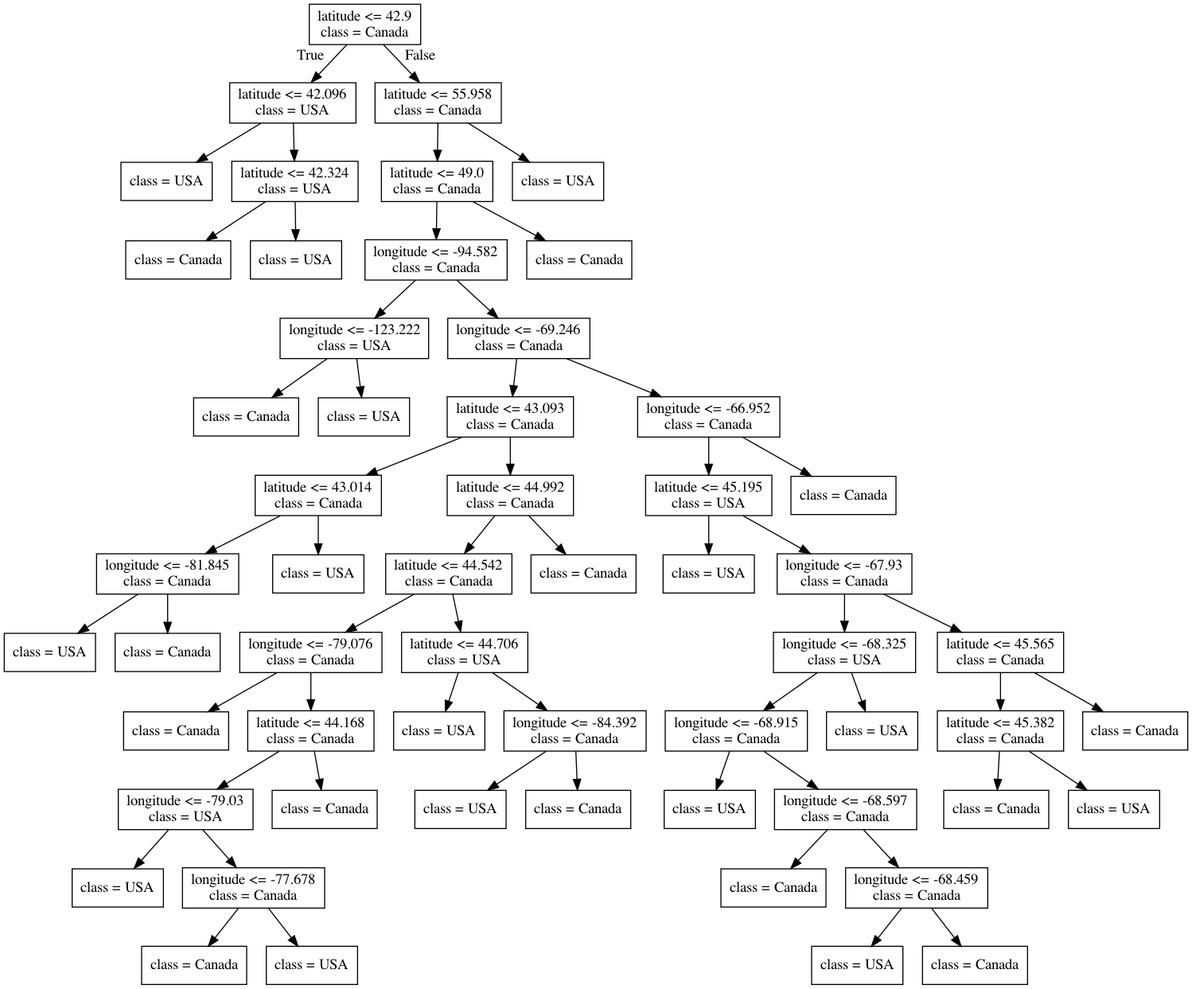
Above: lectures/Source.gv.png in bait509-ubc/BAIT509 (Graphviz), before the change. Its source is kept beside it as lectures/Source.gv.
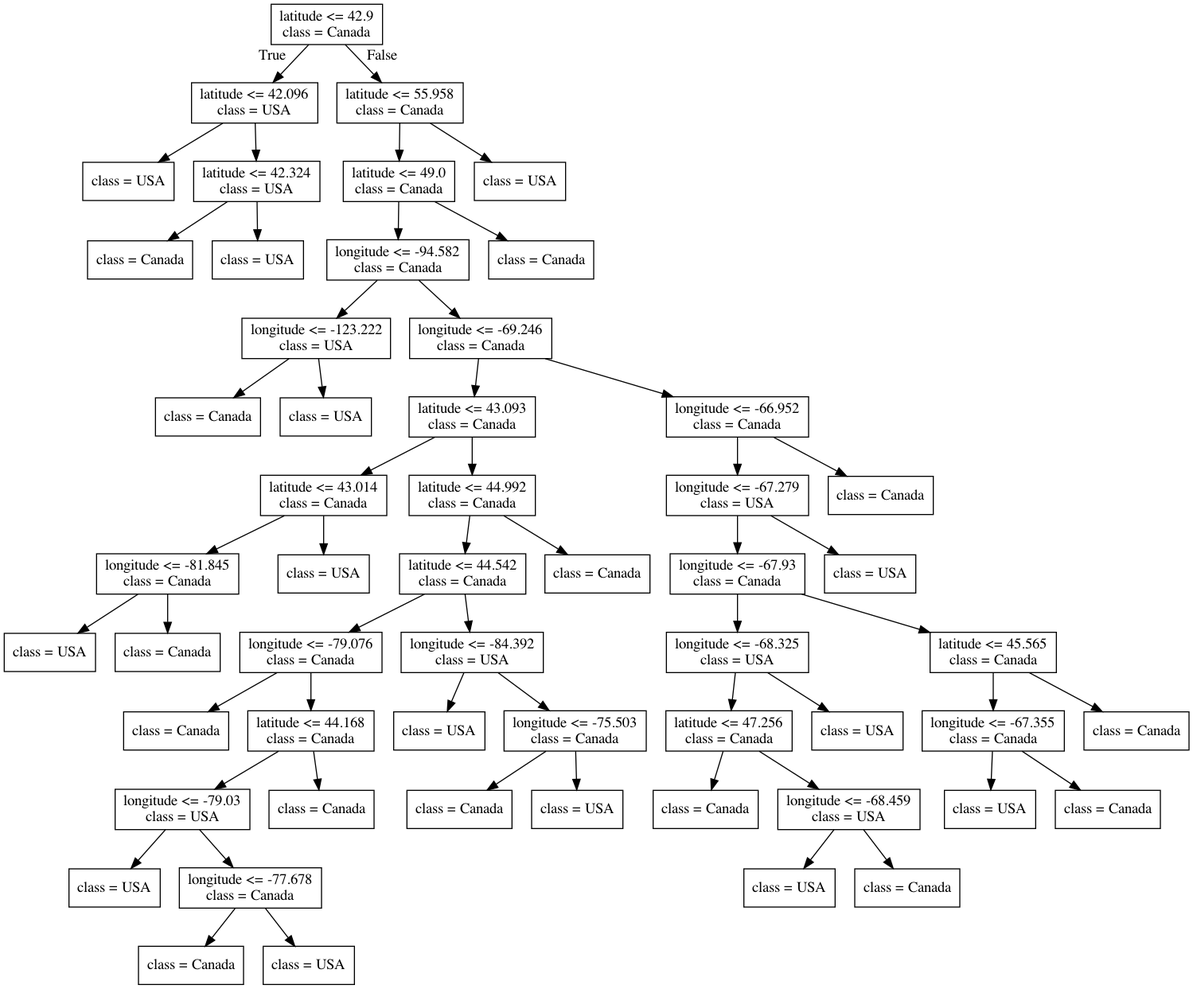
Above is the later version.

What changed in the source:
```diff
@@ -59,58 +59,54 @@
 26 -> 28 ;
 29 [label="class = Canada"] ;
 23 -> 29 ;
-30 [label="latitude <= 44.706\nclass = USA"] ;
+30 [label="longitude <= -84.392\nclass = USA"] ;
 20 -> 30 ;
 31 [label="class = USA"] ;
 30 -> 31 ;
-32 [label="longitude <= -84.392\nclass = Canada"] ;
+32 [label="longitude <= -75.503\nclass = Canada"] ;
 30 -> 32 ;
-33 [label="class = USA"] ;
+33 [label="class = Canada"] ;
 32 -> 33 ;
-34 [label="class = Canada"] ;
+34 [label="class = USA"] ;
 32 -> 34 ;
 35 [label="class = Canada"] ;
 19 -> 35 ;
 36 [label="longitude <= -66.952\nclass = Canada"] ;
 12 -> 36 ;
-37 [label="latitude <= 45.195\nclass = USA"] ;
+37 [label="longitude <= -67.279\nclass = USA"] ;
 36 -> 37 ;
-38 [label="class = USA"] ;
+38 [label="longitude <= -67.93\nclass = Canada"] ;
 37 -> 38 ;
-39 [label="longitude <= -67.93\nclass = Canada"] ;
-37 -> 39 ;
-40 [label="longitude <= -68.325\nclass = USA"] ;
+39 [label="longitude <= -68.325\nclass = USA"] ;
+38 -> 39 ;
+40 [label="latitude <= 47.256\nclass = Canada"] ;
 39 -> 40 ;
-41 [label="longitude <= -68.915\nclass = Canada"] ;
+41 [label="class = Canada"] ;
 40 -> 41 ;
-42 [label="class = USA"] ;
-41 -> 42 ;
-43 [label="longitude <= -68.597\nclass = Canada"] ;
-41 -> 43 ;
+42 [label="longitude <= -68.459\nclass = USA"] ;
+40 -> 42 ;
+43 [label="class = USA"] ;
+42 -> 43 ;
 44 [label="class = Canada"] ;
-43 -> 44 ;
-45 [label="longitude <= -68.459\nclass = Canada"] ;
-43 -> 45 ;
-46 [label="class = USA"] ;
-45 -> 46 ;
-47 [label="class = Canada"] ;
-45 -> 47 ;
+42 -> 44 ;
+45 [label="class = USA"] ;
+39 -> 45 ;
+46 [label="latitude <= 45.565\nclass = Canada"] ;
+38 -> 46 ;
+47 [label="longitude <= -67.355\nclass = Canada"] ;
+46 -> 47 ;
 48 [label="class = USA"] ;
-40 -> 48 ;
-49 [label="latitude <= 45.565\nclass = Canada"] ;
-39 -> 49 ;
-50 [label="latitude <= 45.382\nclass = Canada"] ;
-49 -> 50 ;
-51 [label="class = Canada"] ;
-50 -> 51 ;
-52 [label="class = USA"] ;
-50 -> 52 ;
+47 -> 48 ;
+49 [label="class = Canada"] ;
+47 -> 49 ;
+50 [label="class = Canada"] ;
+46 -> 50 ;
+51 [label="class = USA"] ;
+37 -> 51 ;
+52 [label="class = Canada"] ;
+36 -> 52 ;
 53 [label="class = Canada"] ;
-49 -> 53 ;
-54 [label="class = Canada"] ;
-36 -> 54 ;
-55 [label="class = Canada"] ;
-7 -> 55 ;
-56 [label="class = USA"] ;
-6 -> 56 ;
+7 -> 53 ;
+54 [label="class = USA"] ;
+6 -> 54 ;
 }
```
